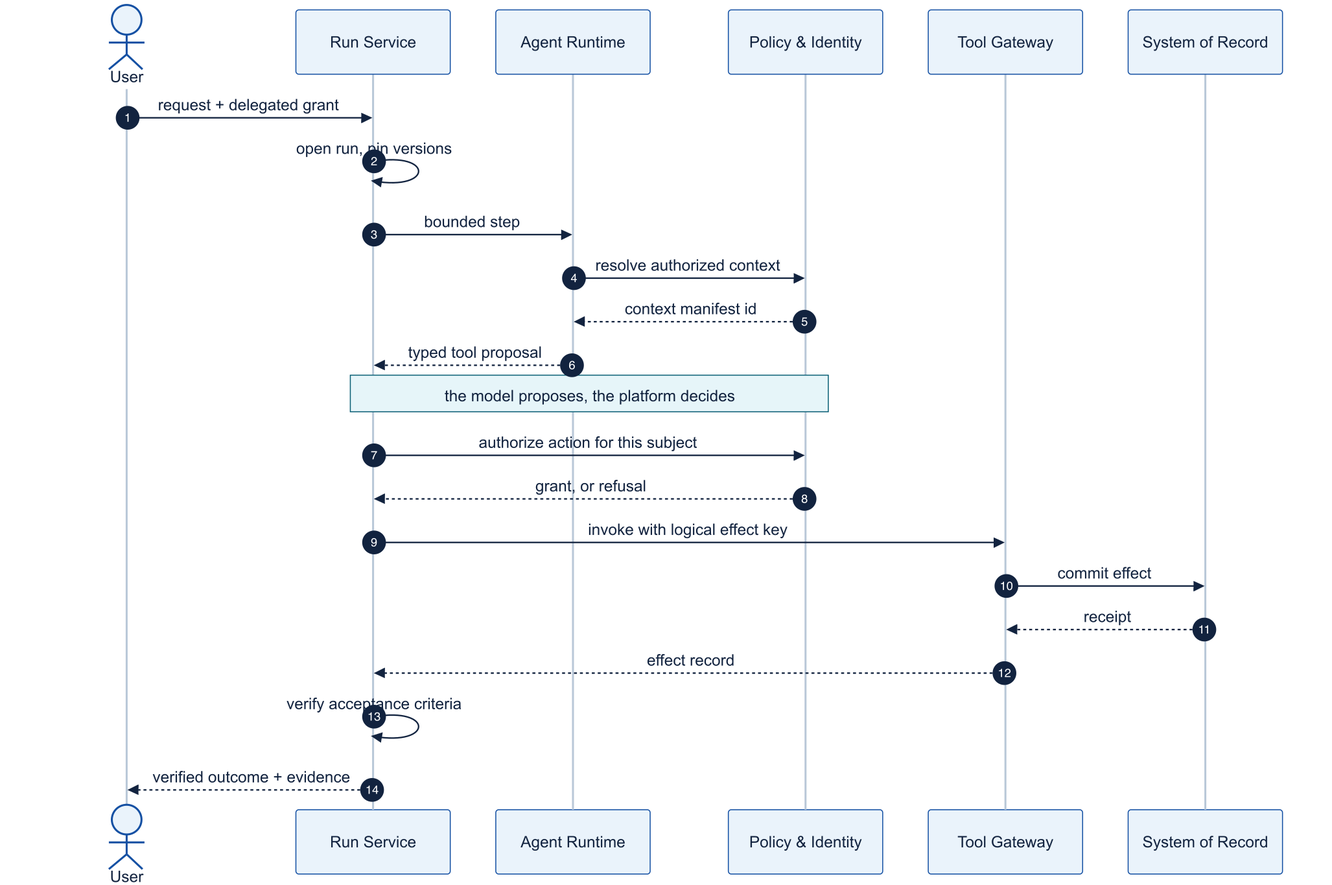
The Mermaid diagram assets/diagrams/request-sequence.png in rrahimi-uci/building-enterprise-general-intelligence, before a commit. Its source is kept beside it as assets/diagrams/src/request-sequence.mmd. Source of this version:
```mermaid
sequenceDiagram
    autonumber
    actor User
    participant Run as Run Service
    participant Agent as Agent Runtime
    participant Pol as Policy & Identity
    participant Tool as Tool Gateway
    participant Sys as System of Record

    User->>Run: request + delegated grant
    Run->>Run: open run, pin versions
    Run->>Agent: bounded step
    Agent->>Pol: resolve authorized context
    Pol-->>Agent: context manifest id
    Agent-->>Run: typed tool proposal
    Note over Run,Pol: the model proposes, the platform decides
    Run->>Pol: authorize action for this subject
    Pol-->>Run: grant, or refusal
    Run->>Tool: invoke with logical effect key
    Tool->>Sys: commit effect
    Sys-->>Tool: receipt
    Tool-->>Run: effect record
    Run->>Run: verify acceptance criteria
    Run-->>User: verified outcome + evidence
```
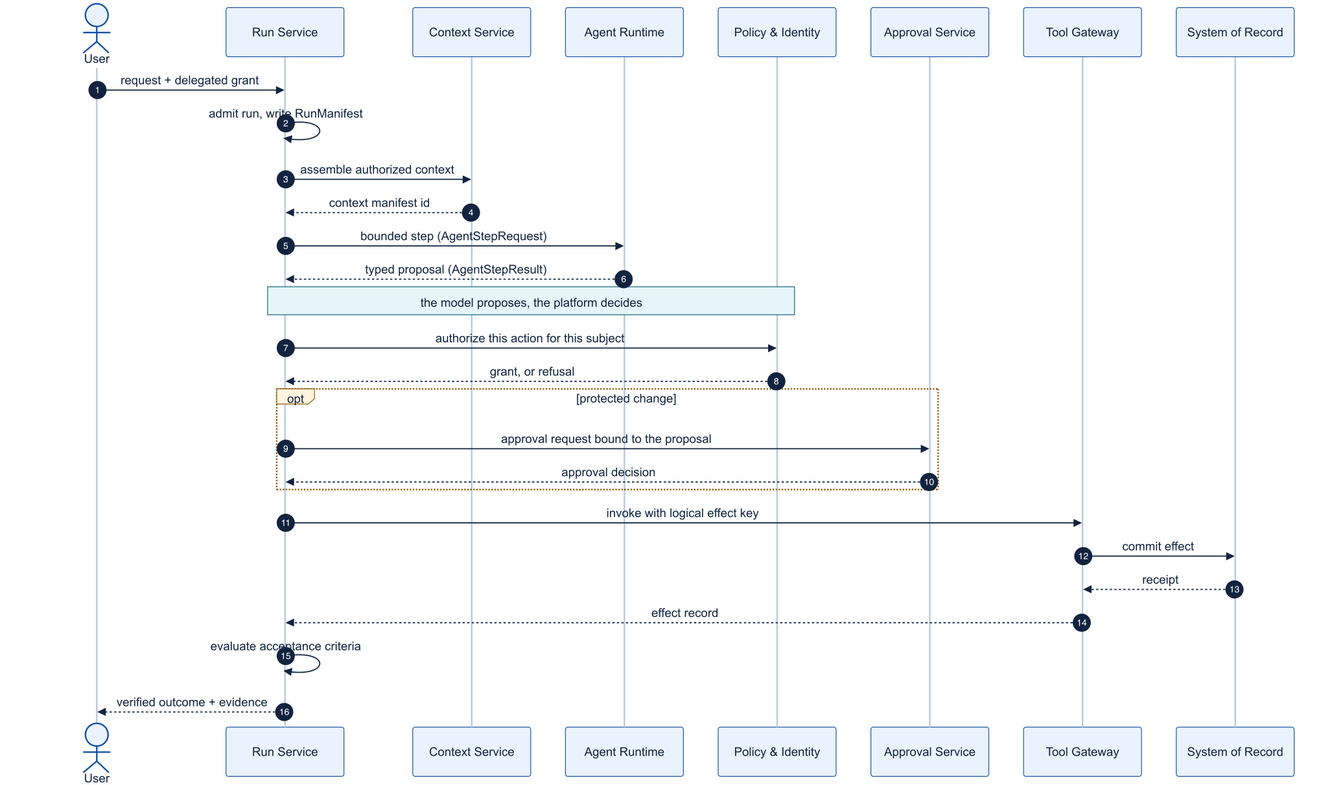
After the change.

Change to the diagram source:
```diff
@@ -2,23 +2,29 @@
     autonumber
     actor User
     participant Run as Run Service
+    participant Ctx as Context Service
     participant Agent as Agent Runtime
     participant Pol as Policy & Identity
+    participant Appr as Approval Service
     participant Tool as Tool Gateway
     participant Sys as System of Record
 
     User->>Run: request + delegated grant
-    Run->>Run: open run, pin versions
-    Run->>Agent: bounded step
-    Agent->>Pol: resolve authorized context
-    Pol-->>Agent: context manifest id
-    Agent-->>Run: typed tool proposal
+    Run->>Run: admit run, write RunManifest
+    Run->>Ctx: assemble authorized context
+    Ctx-->>Run: context manifest id
+    Run->>Agent: bounded step (AgentStepRequest)
+    Agent-->>Run: typed proposal (AgentStepResult)
     Note over Run,Pol: the model proposes, the platform decides
-    Run->>Pol: authorize action for this subject
+    Run->>Pol: authorize this action for this subject
     Pol-->>Run: grant, or refusal
+    opt protected change
+        Run->>Appr: approval request bound to the proposal
+        Appr-->>Run: approval decision
+    end
     Run->>Tool: invoke with logical effect key
     Tool->>Sys: commit effect
     Sys-->>Tool: receipt
     Tool-->>Run: effect record
-    Run->>Run: verify acceptance criteria
+    Run->>Run: evaluate acceptance criteria
     Run-->>User: verified outcome + evidence
```
